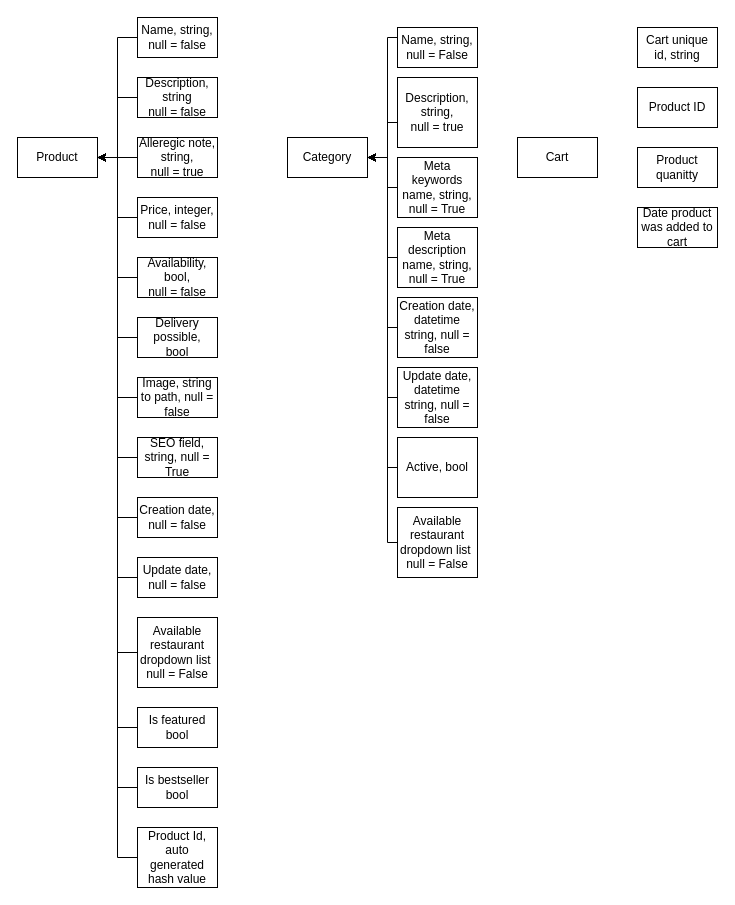
JianDk/HD_website keeps this draw.io diagram as Untitled Diagram.drawio. Above is the earlier version. Source tidied: cells renumbered, new cells numbered last; positions are measured from the earlier drawing's top-left corner, leaving out a move shared by most shapes. Both pictures are drawn from the tidied source at 100%, with x=0, y=0 at pixel (17, 17).
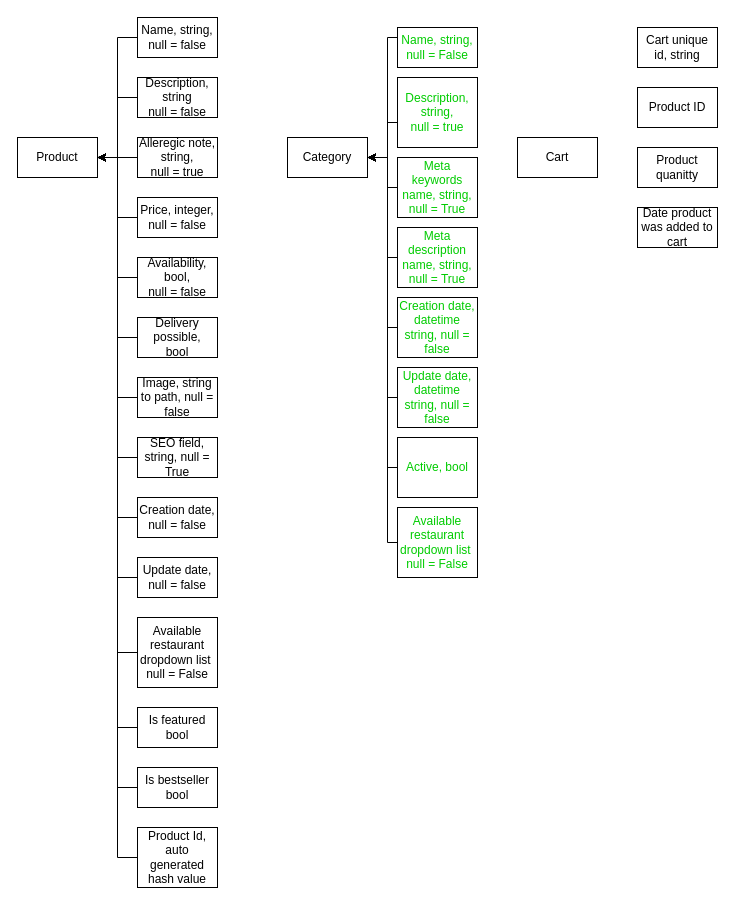
The same diagram, later.

The edit, as a diff of the source:
```diff
@@
-    <mxCell id="21" value="Name, string,&lt;br&gt;null = False" style="rounded=0;whiteSpace=wrap;html=1;" parent="1" vertex="1">
+    <mxCell id="21" value="&lt;font color=&quot;#00cc00&quot;&gt;Name, string,&lt;br&gt;null = False&lt;/font&gt;" style="rounded=0;whiteSpace=wrap;html=1;" parent="1" vertex="1">
       <mxGeometry x="380" y="10" width="80" height="40" as="geometry" />
     </mxCell>
@@
-    <mxCell id="23" value="Description, string,&lt;br&gt;null = true" style="rounded=0;whiteSpace=wrap;html=1;" parent="1" vertex="1">
+    <mxCell id="23" value="&lt;font color=&quot;#00cc00&quot;&gt;Description, string,&lt;br&gt;null = true&lt;/font&gt;" style="rounded=0;whiteSpace=wrap;html=1;" parent="1" vertex="1">
       <mxGeometry x="380" y="60" width="80" height="70" as="geometry" />
     </mxCell>
@@
-    <mxCell id="25" value="Meta keywords name, string,&lt;br&gt;null = True" style="rounded=0;whiteSpace=wrap;html=1;" parent="1" vertex="1">
+    <mxCell id="25" value="&lt;font color=&quot;#00cc00&quot;&gt;Meta keywords name, string,&lt;br&gt;null = True&lt;/font&gt;" style="rounded=0;whiteSpace=wrap;html=1;" parent="1" vertex="1">
       <mxGeometry x="380" y="140" width="80" height="60" as="geometry" />
     </mxCell>
@@
-    <mxCell id="27" value="Meta description name, string,&lt;br&gt;null = True" style="rounded=0;whiteSpace=wrap;html=1;" parent="1" vertex="1">
+    <mxCell id="27" value="&lt;font color=&quot;#00cc00&quot;&gt;Meta description name, string,&lt;br&gt;null = True&lt;/font&gt;" style="rounded=0;whiteSpace=wrap;html=1;" parent="1" vertex="1">
       <mxGeometry x="380" y="210" width="80" height="60" as="geometry" />
     </mxCell>
@@
-    <mxCell id="29" value="Creation date,&lt;br&gt;datetime string, null = false" style="rounded=0;whiteSpace=wrap;html=1;" parent="1" vertex="1">
+    <mxCell id="29" value="&lt;font color=&quot;#00cc00&quot;&gt;Creation date,&lt;br&gt;datetime string, null = false&lt;/font&gt;" style="rounded=0;whiteSpace=wrap;html=1;" parent="1" vertex="1">
       <mxGeometry x="380" y="280" width="80" height="60" as="geometry" />
     </mxCell>
@@
-    <mxCell id="31" value="Update date,&lt;br&gt;datetime string, null = false" style="rounded=0;whiteSpace=wrap;html=1;" parent="1" vertex="1">
+    <mxCell id="31" value="&lt;font color=&quot;#00cc00&quot;&gt;Update date,&lt;br&gt;datetime string, null = false&lt;/font&gt;" style="rounded=0;whiteSpace=wrap;html=1;" parent="1" vertex="1">
       <mxGeometry x="380" y="350" width="80" height="60" as="geometry" />
     </mxCell>
@@
-    <mxCell id="33" value="Active, bool" style="rounded=0;whiteSpace=wrap;html=1;" parent="1" vertex="1">
+    <mxCell id="33" value="&lt;font color=&quot;#00cc00&quot;&gt;Active, bool&lt;/font&gt;" style="rounded=0;whiteSpace=wrap;html=1;" parent="1" vertex="1">
       <mxGeometry x="380" y="420" width="80" height="60" as="geometry" />
     </mxCell>
@@
-    <mxCell id="41" value="Available restaurant dropdown list&amp;nbsp;&lt;br&gt;null = False" style="rounded=0;whiteSpace=wrap;html=1;" parent="1" vertex="1">
+    <mxCell id="41" value="&lt;font color=&quot;#00cc00&quot;&gt;Available restaurant dropdown list&amp;nbsp;&lt;br&gt;null = False&lt;/font&gt;" style="rounded=0;whiteSpace=wrap;html=1;" parent="1" vertex="1">
       <mxGeometry x="380" y="490" width="80" height="70" as="geometry" />
     </mxCell>
```
